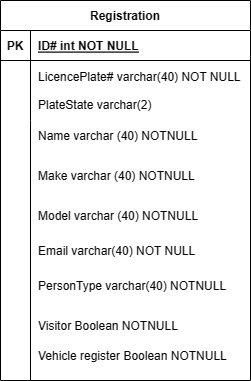
The draw.io diagram ER-Capstone.drawio.png in Seeleysbay/Penn-State-License-Plate-Detection-Capstone, before a commit. Source tidied: cells renumbered, new cells last; positions are measured from the earlier drawing's top-left corner, leaving out a move shared by most shapes.
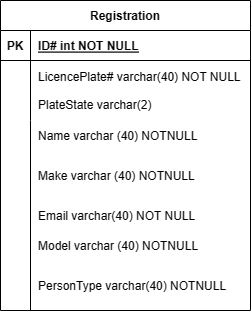
Later version of the same file.

Change to the diagram source:
```diff
@@ -3,7 +3,7 @@
     <mxCell id="0" />
     <mxCell id="1" parent="0" />
     <mxCell id="2" value="Registration" style="shape=table;startSize=30;rowLines=0;fontStyle=1;align=center;" parent="1" vertex="1">
-      <mxGeometry width="250" height="380" as="geometry" />
+      <mxGeometry width="250" height="310" as="geometry" />
     </mxCell>
     <mxCell id="3" style="shape=partialRectangle;fillColor=none;top=0;left=0;right=0;bottom=1;" parent="2" vertex="1">
       <mxGeometry y="30" width="250" height="30" as="geometry" />
@@ -20,33 +20,27 @@
     <mxCell id="7" style="shape=partialRectangle;overflow=hidden;fillColor=none;top=0;left=0;bottom=0;right=0;" parent="6" vertex="1">
       <mxGeometry width="30" height="60" as="geometry" />
     </mxCell>
-    <mxCell id="8" value="LicencePlate# varchar(40) NOT NULL&#10;&#10;PlateState varchar(2)" style="shape=partialRectangle;overflow=hidden;fillColor=none;top=0;left=0;bottom=0;right=0;align=left;spacingLeft=6;" parent="6" vertex="1">
+    <mxCell id="8" value="LicencePlate# varchar(40) NOT NULL&#10;&#10;PlateState varchar(2) " style="shape=partialRectangle;overflow=hidden;fillColor=none;top=0;left=0;bottom=0;right=0;align=left;spacingLeft=6;" parent="6" vertex="1">
       <mxGeometry x="30" width="220" height="60" as="geometry" />
     </mxCell>
     <mxCell id="9" style="shape=partialRectangle;fillColor=none;top=0;left=0;right=0;bottom=0;" parent="2" vertex="1">
-      <mxGeometry y="120" width="250" height="260" as="geometry" />
+      <mxGeometry y="120" width="250" height="190" as="geometry" />
     </mxCell>
     <mxCell id="10" style="shape=partialRectangle;overflow=hidden;fillColor=none;top=0;left=0;bottom=0;right=0;" parent="9" vertex="1">
-      <mxGeometry width="30" height="260" as="geometry" />
+      <mxGeometry width="30" height="190" as="geometry" />
     </mxCell>
     <mxCell id="11" value="Email varchar(40) NOT NULL" style="shape=partialRectangle;overflow=hidden;fillColor=none;top=0;left=0;bottom=0;right=0;align=left;spacingLeft=6;" parent="9" vertex="1">
-      <mxGeometry x="30" width="220" height="260" as="geometry" />
+      <mxGeometry x="30" width="220" height="190" as="geometry" />
     </mxCell>
     <mxCell id="12" value="Model varchar (40) NOTNULL" style="shape=partialRectangle;overflow=hidden;fillColor=none;top=0;left=0;bottom=0;right=0;align=left;spacingLeft=6;" parent="1" vertex="1">
-      <mxGeometry x="30" y="200" width="220" height="30" as="geometry" />
+      <mxGeometry x="30" y="230" width="220" height="30" as="geometry" />
     </mxCell>
-    <mxCell id="13" value="Vehicle register Boolean NOTNULL" style="shape=partialRectangle;overflow=hidden;fillColor=none;top=0;left=0;bottom=0;right=0;align=left;spacingLeft=6;" parent="1" vertex="1">
-      <mxGeometry x="30" y="340" width="220" height="30" as="geometry" />
-    </mxCell>
     <mxCell id="14" value="Make varchar (40) NOTNULL" style="shape=partialRectangle;overflow=hidden;fillColor=none;top=0;left=0;bottom=0;right=0;align=left;spacingLeft=6;" parent="1" vertex="1">
       <mxGeometry x="30" y="160" width="220" height="30" as="geometry" />
     </mxCell>
     <mxCell id="15" value="Name varchar (40) NOTNULL" style="shape=partialRectangle;overflow=hidden;fillColor=none;top=0;left=0;bottom=0;right=0;align=left;spacingLeft=6;" parent="1" vertex="1">
       <mxGeometry x="30" y="120" width="220" height="30" as="geometry" />
     </mxCell>
-    <mxCell id="16" value="Visitor Boolean NOTNULL" style="shape=partialRectangle;overflow=hidden;fillColor=none;top=0;left=0;bottom=0;right=0;align=left;spacingLeft=6;" parent="1" vertex="1">
-      <mxGeometry x="30" y="310" width="220" height="30" as="geometry" />
-    </mxCell>
     <mxCell id="17" value="PersonType varchar(40) NOTNULL" style="shape=partialRectangle;overflow=hidden;fillColor=none;top=0;left=0;bottom=0;right=0;align=left;spacingLeft=6;" parent="1" vertex="1">
       <mxGeometry x="30" y="270" width="220" height="30" as="geometry" />
     </mxCell>
```
